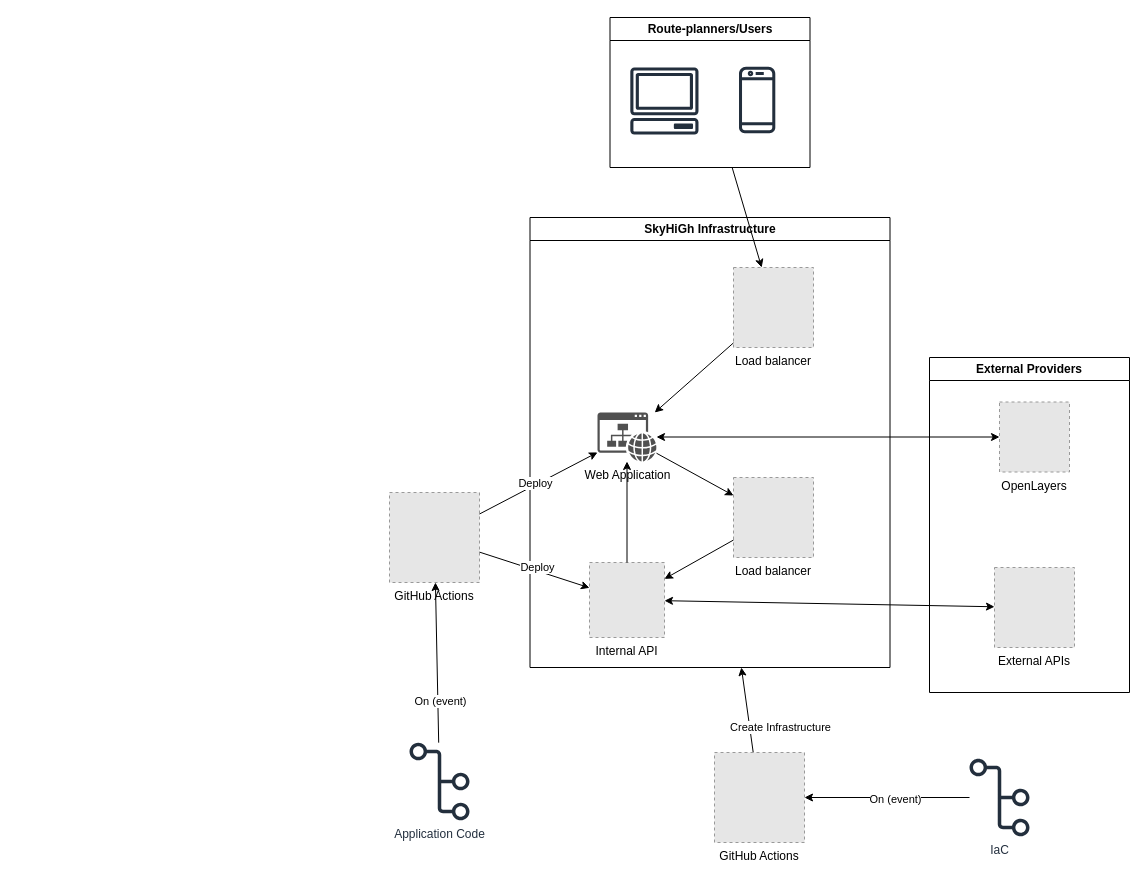
skogkursbachelor/diagrams keeps this draw.io diagram as initial_systemdesign.drawio. Above is the earlier version. Source tidied: cells renumbered, new cells numbered last; positions are measured from the earlier drawing's top-left corner, leaving out a move shared by most shapes. Both pictures are drawn from the tidied source at 100%, with x=0, y=0 at pixel (389, 17). Pictures stored in the file or linked from it are replaced by grey dashed boxes.
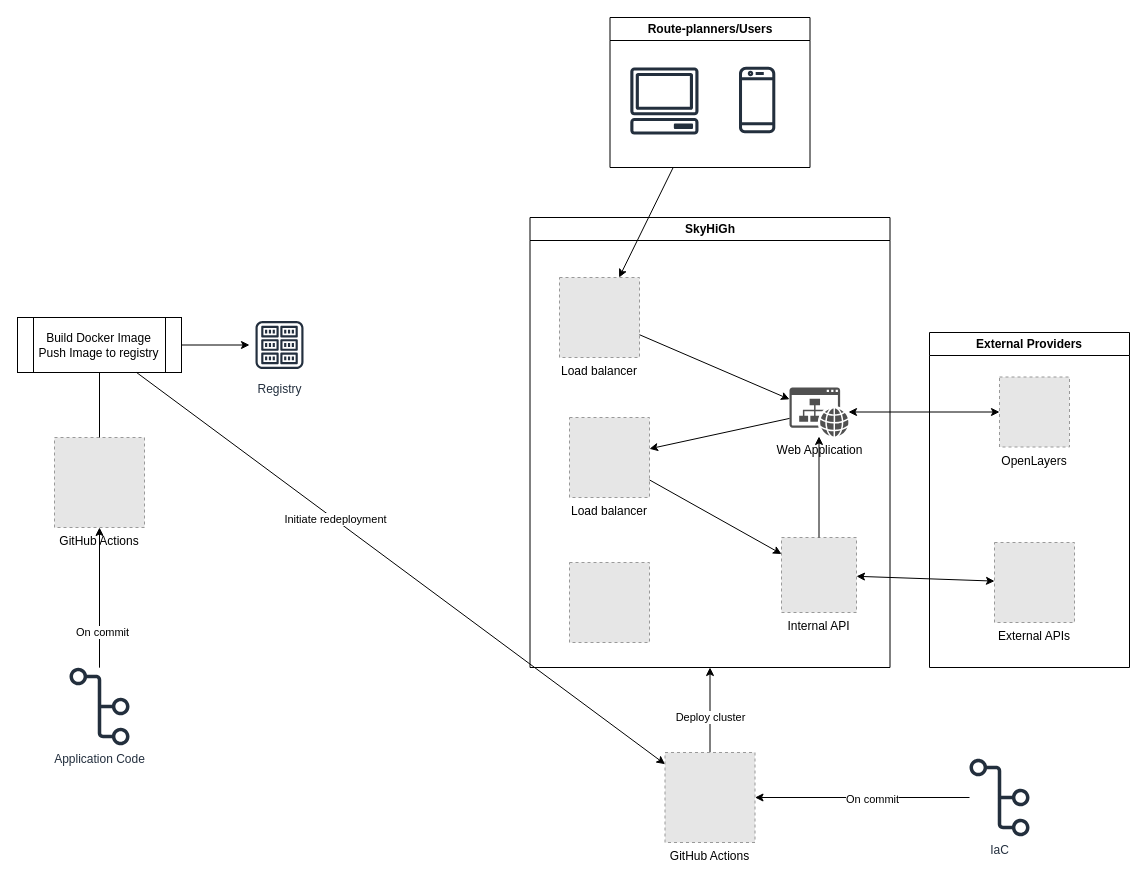
The same page after the edit.

The change refers to these unchanged cells:
```xml
<mxCell id="16" style="endArrow=classic;html=1;rounded=0;" parent="1" edge="1" source="3" target="15">
  <mxGeometry relative="1" as="geometry" />
</mxCell>
<mxCell id="21" style="endArrow=classic;html=1;rounded=0;" parent="1" edge="1" source="2" target="14">
  <mxGeometry relative="1" as="geometry" />
</mxCell>
```

Change to the diagram source:
```diff
@@
     <mxCell id="2" value="Application Code" style="sketch=0;outlineConnect=0;fontColor=#232F3E;gradientColor=none;fillColor=#232F3D;strokeColor=none;dashed=0;verticalLabelPosition=bottom;verticalAlign=top;align=center;html=1;fontSize=12;fontStyle=0;shape=mxgraph.aws4.git_repository;" parent="1" vertex="1">
-      <mxGeometry x="20" y="725" width="60" height="78" as="geometry" />
+      <mxGeometry x="-320" y="650" width="60" height="78" as="geometry" />
     </mxCell>
@@
-    <mxCell id="4" value="SkyHiGh Infrastructure" style="swimlane;whiteSpace=wrap;html=1;" parent="1" vertex="1">
+    <mxCell id="4" value="SkyHiGh" style="swimlane;whiteSpace=wrap;html=1;" parent="1" vertex="1">
       <mxGeometry x="140.5" y="200" width="360" height="450" as="geometry" />
     </mxCell>
     <mxCell id="5" value="Web Application" style="sketch=0;shadow=0;dashed=0;html=1;strokeColor=none;fillColor=#505050;labelPosition=center;verticalLabelPosition=bottom;verticalAlign=top;outlineConnect=0;align=center;shape=mxgraph.office.concepts.website;" parent="4" vertex="1">
-      <mxGeometry x="67.5" y="195" width="59" height="49" as="geometry" />
+      <mxGeometry x="259.5" y="170" width="59" height="49" as="geometry" />
     </mxCell>
     <mxCell id="6" value="Internal API" style="fillColor=#E6E6E6;strokeColor=#999999;dashed=1;verticalLabelPosition=bottom;labelBackgroundColor=default;verticalAlign=top;" parent="4" vertex="1">
-      <mxGeometry x="59.5" y="345" width="75" height="75" as="geometry" />
+      <mxGeometry x="251.5" y="320" width="75" height="75" as="geometry" />
     </mxCell>
     <mxCell id="7" value="Load balancer" style="fillColor=#E6E6E6;strokeColor=#999999;dashed=1;verticalLabelPosition=bottom;labelBackgroundColor=default;verticalAlign=top;" parent="4" vertex="1">
-      <mxGeometry x="203.5" y="50" width="80" height="80" as="geometry" />
+      <mxGeometry x="29.5" y="60" width="80" height="80" as="geometry" />
     </mxCell>
@@
     <mxCell id="10" value="Load balancer" style="fillColor=#E6E6E6;strokeColor=#999999;dashed=1;verticalLabelPosition=bottom;labelBackgroundColor=default;verticalAlign=top;" parent="4" vertex="1">
-      <mxGeometry x="203.5" y="260" width="80" height="80" as="geometry" />
+      <mxGeometry x="39.5" y="200" width="80" height="80" as="geometry" />
     </mxCell>
@@
+    <mxCell id="33" style="fillColor=#E6E6E6;strokeColor=#999999;dashed=1;verticalLabelPosition=bottom;labelBackgroundColor=default;verticalAlign=top;" parent="4" vertex="1">
+      <mxGeometry x="39.5" y="345" width="80" height="80" as="geometry" />
+    </mxCell>
-    <mxCell id="13" value="Create Infrastructure" style="endArrow=classic;html=1;rounded=0;" parent="1" edge="1" source="15" target="4">
-      <mxGeometry x="-0.48" y="-31" relative="1" as="geometry">
-        <mxPoint y="1" as="offset" />
-      </mxGeometry>
+    <mxCell id="13" value="Deploy cluster" style="endArrow=classic;html=1;rounded=0;" parent="1" edge="1" source="15" target="4">
+      <mxGeometry x="-0.18" relative="1" as="geometry" />
     </mxCell>
     <mxCell id="14" value="GitHub Actions" style="fillColor=#E6E6E6;strokeColor=#999999;dashed=1;verticalLabelPosition=bottom;labelBackgroundColor=default;verticalAlign=top;" parent="1" vertex="1">
-      <mxGeometry y="475" width="90" height="90" as="geometry" />
+      <mxGeometry x="-335" y="420" width="90" height="90" as="geometry" />
     </mxCell>
     <mxCell id="15" value="GitHub Actions" style="fillColor=#E6E6E6;strokeColor=#999999;dashed=1;verticalLabelPosition=bottom;labelBackgroundColor=default;verticalAlign=top;" parent="1" vertex="1">
-      <mxGeometry x="325" y="735" width="90" height="90" as="geometry" />
+      <mxGeometry x="275.5" y="735" width="90" height="90" as="geometry" />
     </mxCell>
@@
-    <mxCell id="17" value="On (event)" style="edgeLabel;html=1;align=center;verticalAlign=middle;" parent="16" vertex="1">
+    <mxCell id="17" value="On commit" style="edgeLabel;html=1;align=center;verticalAlign=middle;" parent="16" vertex="1">
       <mxGeometry x="-0.09" y="1" relative="1" as="geometry" />
     </mxCell>
@@
-    <mxCell id="22" value="On (event)" style="edgeLabel;html=1;align=center;verticalAlign=middle;" parent="21" vertex="1">
+    <mxCell id="22" value="On commit" style="edgeLabel;html=1;align=center;verticalAlign=middle;" parent="21" vertex="1">
       <mxGeometry x="-0.48" y="-2" relative="1" as="geometry" />
     </mxCell>
-    <mxCell id="23" style="endArrow=classic;html=1;rounded=0;" parent="1" edge="1" source="14" target="6">
-      <mxGeometry relative="1" as="geometry" />
-    </mxCell>
-    <mxCell id="24" value="Deploy" style="edgeLabel;html=1;align=center;verticalAlign=middle;" parent="23" vertex="1">
-      <mxGeometry x="0.02" y="4" relative="1" as="geometry" />
-    </mxCell>
-    <mxCell id="25" style="endArrow=classic;html=1;rounded=0;" parent="1" edge="1" source="14" target="5">
-      <mxGeometry relative="1" as="geometry" />
-    </mxCell>
-    <mxCell id="26" value="Deploy" style="edgeLabel;html=1;align=center;verticalAlign=middle;" parent="25" vertex="1">
-      <mxGeometry x="-0.04" y="2" relative="1" as="geometry" />
-    </mxCell>
     <mxCell id="27" value="External Providers" style="swimlane;whiteSpace=wrap;html=1;" parent="1" vertex="1">
-      <mxGeometry x="540" y="340" width="200" height="335" as="geometry" />
+      <mxGeometry x="540" y="315" width="200" height="335" as="geometry" />
     </mxCell>
@@
+    <mxCell id="34" style="edgeStyle=orthogonalEdgeStyle;rounded=0;jettySize=auto;html=1;" parent="1" edge="1" source="35" target="36">
+      <mxGeometry relative="1" as="geometry" />
+    </mxCell>
+    <mxCell id="35" value="Build Docker Image&lt;div&gt;Push Image to registry&lt;/div&gt;" style="shape=process;whiteSpace=wrap;html=1;backgroundOutline=1;" parent="1" vertex="1">
+      <mxGeometry x="-372" y="300" width="164" height="55" as="geometry" />
+    </mxCell>
+    <mxCell id="36" value="Registry" style="sketch=0;outlineConnect=0;fontColor=#232F3E;gradientColor=none;strokeColor=#232F3E;fillColor=#ffffff;dashed=0;verticalLabelPosition=bottom;verticalAlign=top;align=center;html=1;fontSize=12;fontStyle=0;shape=mxgraph.aws4.resourceIcon;resIcon=mxgraph.aws4.registry;" parent="1" vertex="1">
+      <mxGeometry x="-140" y="297.5" width="60" height="60" as="geometry" />
+    </mxCell>
+    <mxCell id="37" style="endArrow=none;html=1;rounded=0;" parent="1" edge="1" source="14" target="35">
+      <mxGeometry relative="1" as="geometry" />
+    </mxCell>
+    <mxCell id="38" style="endArrow=classic;html=1;rounded=0;" parent="1" edge="1" source="35" target="15">
+      <mxGeometry relative="1" as="geometry" />
+    </mxCell>
+    <mxCell id="39" value="Initiate redeployment" style="edgeLabel;html=1;align=center;verticalAlign=middle;" parent="38" vertex="1">
+      <mxGeometry x="-0.25" y="1" relative="1" as="geometry">
+        <mxPoint x="-1" as="offset" />
+      </mxGeometry>
+    </mxCell>
```
